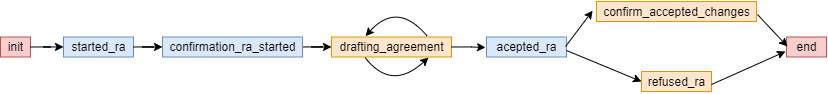
Earlier version of the draw.io export chaincode/design/Roaming_Agreement_State.png (sfl0r3nz05/NLP-DLT). Source tidied: cells renumbered, new cells last; positions are measured from the earlier drawing's top-left corner, leaving out a move shared by most shapes. Source of this version:
```xml
<mxGraphModel>
  <root>
    <mxCell id="0" />
    <mxCell id="1" parent="0" />
    <mxCell id="2" style="group;" parent="1" vertex="1">
      <mxGeometry width="826" height="91" as="geometry" />
    </mxCell>
    <mxCell id="3" value="drafting_agreement" style="text;html=1;align=center;verticalAlign=middle;points=[];strokeColor=#d79b00;fillColor=#ffe6cc;" parent="2" vertex="1">
      <mxGeometry x="331" y="36.5" width="120" height="20" as="geometry" />
    </mxCell>
    <mxCell id="4" value="init" style="text;html=1;align=center;verticalAlign=middle;points=[];strokeColor=#b85450;fillColor=#f8cecc;" parent="2" vertex="1">
      <mxGeometry y="36.5" width="30" height="20" as="geometry" />
    </mxCell>
    <mxCell id="5" value="started_ra" style="text;html=1;align=center;verticalAlign=middle;points=[];fillColor=#dae8fc;strokeColor=#6c8ebf;" parent="2" vertex="1">
      <mxGeometry x="63" y="36.5" width="70" height="20" as="geometry" />
    </mxCell>
    <mxCell id="6" style="edgeStyle=orthogonalEdgeStyle;rounded=0;jettySize=auto;html=1;" parent="2" edge="1" source="4" target="5">
      <mxGeometry relative="1" as="geometry" />
    </mxCell>
    <mxCell id="7" style="edgeStyle=orthogonalEdgeStyle;rounded=0;jettySize=auto;html=1;" parent="2" edge="1" source="8" target="3">
      <mxGeometry relative="1" as="geometry" />
    </mxCell>
    <mxCell id="8" value="confirmation_ra_started" style="text;html=1;align=center;verticalAlign=middle;points=[];strokeColor=#6c8ebf;fillColor=#dae8fc;" parent="2" vertex="1">
      <mxGeometry x="162" y="36.5" width="140" height="20" as="geometry" />
    </mxCell>
    <mxCell id="9" style="edgeStyle=orthogonalEdgeStyle;rounded=0;jettySize=auto;html=1;" parent="2" edge="1" source="5" target="8">
      <mxGeometry relative="1" as="geometry" />
    </mxCell>
    <mxCell id="10" value="confirm_accepted_changes" style="text;html=1;align=center;verticalAlign=middle;points=[];strokeColor=#d79b00;fillColor=#ffe6cc;" parent="2" vertex="1">
      <mxGeometry x="596" y="1" width="160" height="20" as="geometry" />
    </mxCell>
    <mxCell id="11" value="acepted_ra" style="text;html=1;align=center;verticalAlign=middle;points=[];strokeColor=#6c8ebf;fillColor=#dae8fc;" parent="2" vertex="1">
      <mxGeometry x="486" y="36.5" width="80" height="20" as="geometry" />
    </mxCell>
    <mxCell id="12" style="edgeStyle=orthogonalEdgeStyle;rounded=0;jettySize=auto;html=1;entryX=-0.012;entryY=0.525;entryDx=0;entryDy=0;entryPerimeter=0;" parent="2" edge="1" source="3" target="11">
      <mxGeometry relative="1" as="geometry" />
    </mxCell>
    <mxCell id="13" style="edgeStyle=none;rounded=0;jettySize=auto;html=1;entryX=-0.024;entryY=0.458;entryDx=0;entryDy=0;entryPerimeter=0;exitX=0.988;exitY=0.475;exitDx=0;exitDy=0;exitPerimeter=0;" parent="2" edge="1" source="11" target="10">
      <mxGeometry relative="1" as="geometry" />
    </mxCell>
    <mxCell id="14" style="orthogonalLoop=1;jettySize=auto;html=1;curved=1;sourcePerimeterSpacing=5;targetPerimeterSpacing=5;startArrow=classic;startFill=1;endArrow=none;endFill=0;exitX=0.292;exitY=0.008;exitDx=0;exitDy=0;exitPerimeter=0;" parent="2" edge="1">
      <mxGeometry relative="1" as="geometry">
        <mxPoint x="365" y="35.7" as="sourcePoint" />
        <mxPoint x="427" y="36" as="targetPoint" />
        <Array as="points">
          <mxPoint x="397" />
        </Array>
      </mxGeometry>
    </mxCell>
    <mxCell id="15" value="refused_ra" style="text;html=1;align=center;verticalAlign=middle;points=[];strokeColor=#d79b00;fillColor=#ffe6cc;" parent="2" vertex="1">
      <mxGeometry x="641" y="71" width="70" height="20" as="geometry" />
    </mxCell>
    <mxCell id="16" style="edgeStyle=none;rounded=0;jettySize=auto;html=1;entryX=0;entryY=0.5;entryDx=0;entryDy=0;entryPerimeter=0;" parent="2" edge="1" target="15">
      <mxGeometry relative="1" as="geometry">
        <mxPoint x="566" y="50" as="sourcePoint" />
      </mxGeometry>
    </mxCell>
    <mxCell id="17" value="end" style="text;html=1;align=center;verticalAlign=middle;points=[];strokeColor=#b85450;fillColor=#f8cecc;" parent="2" vertex="1">
      <mxGeometry x="786" y="36.5" width="40" height="20" as="geometry" />
    </mxCell>
    <mxCell id="18" style="edgeStyle=none;rounded=0;jettySize=auto;html=1;entryX=0.025;entryY=0.475;entryDx=0;entryDy=0;entryPerimeter=0;exitX=1.006;exitY=0.65;exitDx=0;exitDy=0;exitPerimeter=0;" parent="2" edge="1" source="10" target="17">
      <mxGeometry relative="1" as="geometry" />
    </mxCell>
    <mxCell id="19" style="edgeStyle=none;rounded=0;jettySize=auto;html=1;entryX=-0.025;entryY=0.725;entryDx=0;entryDy=0;entryPerimeter=0;exitX=1;exitY=0.65;exitDx=0;exitDy=0;exitPerimeter=0;" parent="2" edge="1" source="15" target="17">
      <mxGeometry relative="1" as="geometry" />
    </mxCell>
    <mxCell id="20" style="curved=1;endArrow=classic;html=1;exitX=0.281;exitY=1.034;exitDx=0;exitDy=0;exitPerimeter=0;" parent="2" edge="1" source="3">
      <mxGeometry relative="1" as="geometry">
        <mxPoint x="428" y="57" as="targetPoint" />
        <Array as="points">
          <mxPoint x="391" y="91" />
        </Array>
      </mxGeometry>
    </mxCell>
  </root>
</mxGraphModel>
```
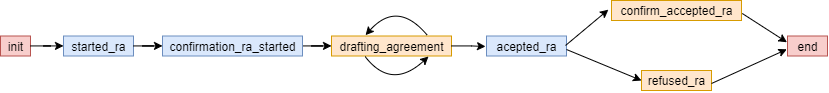
Above is the later version.

Change to the diagram source:
```diff
@@ -2,44 +2,41 @@
   <root>
     <mxCell id="0" />
     <mxCell id="1" parent="0" />
-    <mxCell id="2" style="group;" parent="1" vertex="1">
-      <mxGeometry width="826" height="91" as="geometry" />
-    </mxCell>
-    <mxCell id="3" value="drafting_agreement" style="text;html=1;align=center;verticalAlign=middle;points=[];strokeColor=#d79b00;fillColor=#ffe6cc;" parent="2" vertex="1">
+    <mxCell id="3" value="drafting_agreement" style="text;html=1;align=center;verticalAlign=middle;points=[];strokeColor=#d79b00;fillColor=#ffe6cc;" parent="1" vertex="1">
       <mxGeometry x="331" y="36.5" width="120" height="20" as="geometry" />
     </mxCell>
-    <mxCell id="4" value="init" style="text;html=1;align=center;verticalAlign=middle;points=[];strokeColor=#b85450;fillColor=#f8cecc;" parent="2" vertex="1">
+    <mxCell id="4" value="init" style="text;html=1;align=center;verticalAlign=middle;points=[];strokeColor=#b85450;fillColor=#f8cecc;" parent="1" vertex="1">
       <mxGeometry y="36.5" width="30" height="20" as="geometry" />
     </mxCell>
-    <mxCell id="5" value="started_ra" style="text;html=1;align=center;verticalAlign=middle;points=[];fillColor=#dae8fc;strokeColor=#6c8ebf;" parent="2" vertex="1">
+    <mxCell id="5" value="started_ra" style="text;html=1;align=center;verticalAlign=middle;points=[];fillColor=#dae8fc;strokeColor=#6c8ebf;" parent="1" vertex="1">
       <mxGeometry x="63" y="36.5" width="70" height="20" as="geometry" />
     </mxCell>
-    <mxCell id="6" style="edgeStyle=orthogonalEdgeStyle;rounded=0;jettySize=auto;html=1;" parent="2" edge="1" source="4" target="5">
-      <mxGeometry relative="1" as="geometry" />
+    <mxCell id="6" style="edgeStyle=orthogonalEdgeStyle;rounded=0;jettySize=auto;html=1;" parent="1" edge="1" source="4" target="5">
+      <mxGeometry x="190" y="199" as="geometry" />
     </mxCell>
-    <mxCell id="7" style="edgeStyle=orthogonalEdgeStyle;rounded=0;jettySize=auto;html=1;" parent="2" edge="1" source="8" target="3">
-      <mxGeometry relative="1" as="geometry" />
+    <mxCell id="7" style="edgeStyle=orthogonalEdgeStyle;rounded=0;jettySize=auto;html=1;" parent="1" edge="1" source="8" target="3">
+      <mxGeometry x="190" y="199" as="geometry" />
     </mxCell>
-    <mxCell id="8" value="confirmation_ra_started" style="text;html=1;align=center;verticalAlign=middle;points=[];strokeColor=#6c8ebf;fillColor=#dae8fc;" parent="2" vertex="1">
+    <mxCell id="8" value="confirmation_ra_started" style="text;html=1;align=center;verticalAlign=middle;points=[];strokeColor=#6c8ebf;fillColor=#dae8fc;" parent="1" vertex="1">
       <mxGeometry x="162" y="36.5" width="140" height="20" as="geometry" />
     </mxCell>
-    <mxCell id="9" style="edgeStyle=orthogonalEdgeStyle;rounded=0;jettySize=auto;html=1;" parent="2" edge="1" source="5" target="8">
-      <mxGeometry relative="1" as="geometry" />
+    <mxCell id="9" style="edgeStyle=orthogonalEdgeStyle;rounded=0;jettySize=auto;html=1;" parent="1" edge="1" source="5" target="8">
+      <mxGeometry x="190" y="199" as="geometry" />
     </mxCell>
-    <mxCell id="10" value="confirm_accepted_changes" style="text;html=1;align=center;verticalAlign=middle;points=[];strokeColor=#d79b00;fillColor=#ffe6cc;" parent="2" vertex="1">
-      <mxGeometry x="596" y="1" width="160" height="20" as="geometry" />
+    <mxCell id="10" value="confirm_accepted_ra" style="text;html=1;align=center;verticalAlign=middle;points=[];strokeColor=#d79b00;fillColor=#ffe6cc;" parent="1" vertex="1">
+      <mxGeometry x="611" y="1" width="130" height="20" as="geometry" />
     </mxCell>
-    <mxCell id="11" value="acepted_ra" style="text;html=1;align=center;verticalAlign=middle;points=[];strokeColor=#6c8ebf;fillColor=#dae8fc;" parent="2" vertex="1">
+    <mxCell id="11" value="acepted_ra" style="text;html=1;align=center;verticalAlign=middle;points=[];strokeColor=#6c8ebf;fillColor=#dae8fc;" parent="1" vertex="1">
       <mxGeometry x="486" y="36.5" width="80" height="20" as="geometry" />
     </mxCell>
-    <mxCell id="12" style="edgeStyle=orthogonalEdgeStyle;rounded=0;jettySize=auto;html=1;entryX=-0.012;entryY=0.525;entryDx=0;entryDy=0;entryPerimeter=0;" parent="2" edge="1" source="3" target="11">
-      <mxGeometry relative="1" as="geometry" />
+    <mxCell id="12" style="edgeStyle=orthogonalEdgeStyle;rounded=0;jettySize=auto;html=1;entryX=-0.012;entryY=0.525;entryDx=0;entryDy=0;entryPerimeter=0;" parent="1" edge="1" source="3" target="11">
+      <mxGeometry x="190" y="199" as="geometry" />
     </mxCell>
-    <mxCell id="13" style="edgeStyle=none;rounded=0;jettySize=auto;html=1;entryX=-0.024;entryY=0.458;entryDx=0;entryDy=0;entryPerimeter=0;exitX=0.988;exitY=0.475;exitDx=0;exitDy=0;exitPerimeter=0;" parent="2" edge="1" source="11" target="10">
-      <mxGeometry relative="1" as="geometry" />
+    <mxCell id="13" style="edgeStyle=none;rounded=0;jettySize=auto;html=1;entryX=-0.024;entryY=0.458;entryDx=0;entryDy=0;entryPerimeter=0;exitX=0.988;exitY=0.475;exitDx=0;exitDy=0;exitPerimeter=0;" parent="1" edge="1" source="11" target="10">
+      <mxGeometry x="190" y="199" as="geometry" />
     </mxCell>
-    <mxCell id="14" style="orthogonalLoop=1;jettySize=auto;html=1;curved=1;sourcePerimeterSpacing=5;targetPerimeterSpacing=5;startArrow=classic;startFill=1;endArrow=none;endFill=0;exitX=0.292;exitY=0.008;exitDx=0;exitDy=0;exitPerimeter=0;" parent="2" edge="1">
-      <mxGeometry relative="1" as="geometry">
+    <mxCell id="14" style="orthogonalLoop=1;jettySize=auto;html=1;curved=1;sourcePerimeterSpacing=5;targetPerimeterSpacing=5;startArrow=classic;startFill=1;endArrow=none;endFill=0;exitX=0.292;exitY=0.008;exitDx=0;exitDy=0;exitPerimeter=0;" parent="1" edge="1">
+      <mxGeometry x="190" y="199" as="geometry">
         <mxPoint x="365" y="35.7" as="sourcePoint" />
         <mxPoint x="427" y="36" as="targetPoint" />
         <Array as="points">
@@ -47,25 +44,25 @@
         </Array>
       </mxGeometry>
     </mxCell>
-    <mxCell id="15" value="refused_ra" style="text;html=1;align=center;verticalAlign=middle;points=[];strokeColor=#d79b00;fillColor=#ffe6cc;" parent="2" vertex="1">
+    <mxCell id="15" value="refused_ra" style="text;html=1;align=center;verticalAlign=middle;points=[];strokeColor=#d79b00;fillColor=#ffe6cc;" parent="1" vertex="1">
       <mxGeometry x="641" y="71" width="70" height="20" as="geometry" />
     </mxCell>
-    <mxCell id="16" style="edgeStyle=none;rounded=0;jettySize=auto;html=1;entryX=0;entryY=0.5;entryDx=0;entryDy=0;entryPerimeter=0;" parent="2" edge="1" target="15">
-      <mxGeometry relative="1" as="geometry">
+    <mxCell id="16" style="edgeStyle=none;rounded=0;jettySize=auto;html=1;entryX=0;entryY=0.5;entryDx=0;entryDy=0;entryPerimeter=0;" parent="1" edge="1" target="15">
+      <mxGeometry x="190" y="199" as="geometry">
         <mxPoint x="566" y="50" as="sourcePoint" />
       </mxGeometry>
     </mxCell>
-    <mxCell id="17" value="end" style="text;html=1;align=center;verticalAlign=middle;points=[];strokeColor=#b85450;fillColor=#f8cecc;" parent="2" vertex="1">
-      <mxGeometry x="786" y="36.5" width="40" height="20" as="geometry" />
+    <mxCell id="17" value="end" style="text;html=1;align=center;verticalAlign=middle;points=[];strokeColor=#b85450;fillColor=#f8cecc;" parent="1" vertex="1">
+      <mxGeometry x="787" y="36.5" width="40" height="20" as="geometry" />
     </mxCell>
-    <mxCell id="18" style="edgeStyle=none;rounded=0;jettySize=auto;html=1;entryX=0.025;entryY=0.475;entryDx=0;entryDy=0;entryPerimeter=0;exitX=1.006;exitY=0.65;exitDx=0;exitDy=0;exitPerimeter=0;" parent="2" edge="1" source="10" target="17">
-      <mxGeometry relative="1" as="geometry" />
+    <mxCell id="18" style="edgeStyle=none;rounded=0;jettySize=auto;html=1;exitX=1.006;exitY=0.65;exitDx=0;exitDy=0;exitPerimeter=0;entryX=-0.013;entryY=0.313;entryDx=0;entryDy=0;entryPerimeter=0;" parent="1" edge="1" source="10" target="17">
+      <mxGeometry x="190" y="199" as="geometry" />
     </mxCell>
-    <mxCell id="19" style="edgeStyle=none;rounded=0;jettySize=auto;html=1;entryX=-0.025;entryY=0.725;entryDx=0;entryDy=0;entryPerimeter=0;exitX=1;exitY=0.65;exitDx=0;exitDy=0;exitPerimeter=0;" parent="2" edge="1" source="15" target="17">
-      <mxGeometry relative="1" as="geometry" />
+    <mxCell id="19" style="edgeStyle=none;rounded=0;jettySize=auto;html=1;exitX=1;exitY=0.65;exitDx=0;exitDy=0;exitPerimeter=0;entryX=-0.017;entryY=0.666;entryDx=0;entryDy=0;entryPerimeter=0;" parent="1" edge="1" source="15" target="17">
+      <mxGeometry x="190" y="199" as="geometry" />
     </mxCell>
-    <mxCell id="20" style="curved=1;endArrow=classic;html=1;exitX=0.281;exitY=1.034;exitDx=0;exitDy=0;exitPerimeter=0;" parent="2" edge="1" source="3">
-      <mxGeometry relative="1" as="geometry">
+    <mxCell id="20" style="curved=1;endArrow=classic;html=1;exitX=0.281;exitY=1.034;exitDx=0;exitDy=0;exitPerimeter=0;" parent="1" edge="1" source="3">
+      <mxGeometry x="190" y="199" as="geometry">
         <mxPoint x="428" y="57" as="targetPoint" />
         <Array as="points">
           <mxPoint x="391" y="91" />
```
